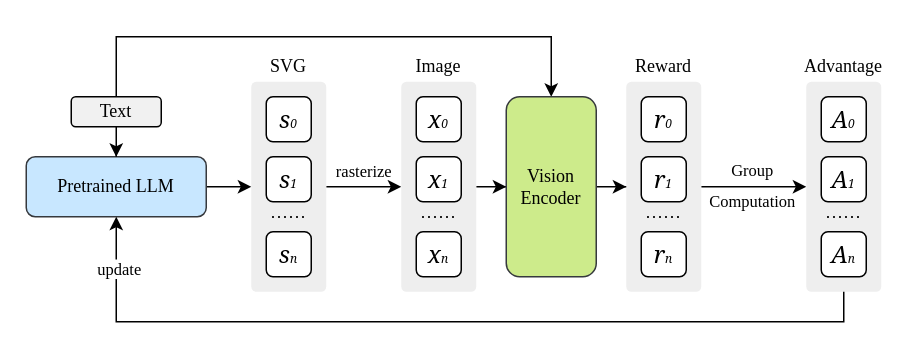
Above: method.drawio in Sphere-AI-Lab/SGP-Gen-drawio-assets (draw.io), before the change. Source tidied: cells renumbered, new cells numbered last; positions are measured from the earlier drawing's top-left corner, leaving out a move shared by most shapes. Both pictures are drawn from the tidied source at 150%, with x=0, y=0 at pixel (26, 36).
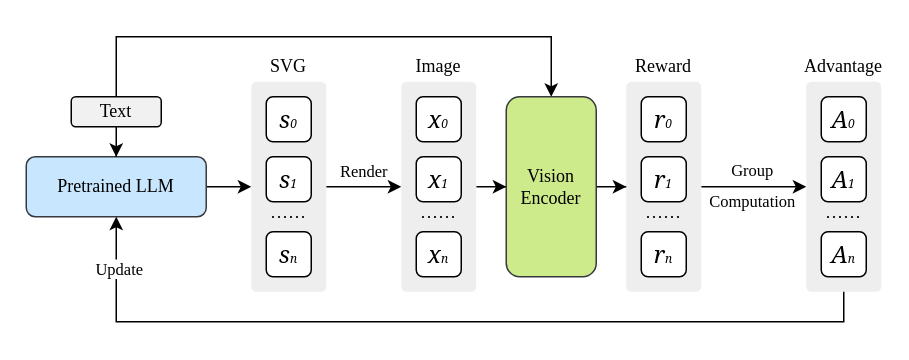
After the change.

Unchanged cells that the change refers to:
```xml
<mxCell id="2" style="edgeStyle=orthogonalEdgeStyle;rounded=0;jettySize=auto;html=1;entryX=0;entryY=0.5;entryDx=0;entryDy=0;" parent="1" edge="1" source="4" target="6">
  <mxGeometry relative="1" as="geometry" />
</mxCell>
<mxCell id="30" style="edgeStyle=orthogonalEdgeStyle;rounded=0;jettySize=auto;html=1;entryX=0.5;entryY=1;entryDx=0;entryDy=0;exitX=0.5;exitY=1;exitDx=0;exitDy=0;" parent="1" edge="1" source="10" target="12">
  <mxGeometry relative="1" as="geometry">
    <Array as="points">
      <mxPoint x="545" y="190" />
      <mxPoint x="60" y="190" />
    </Array>
  </mxGeometry>
</mxCell>
```

Change to the diagram source:
```diff
@@
-    <mxCell id="3" value="&lt;p class=&quot;p1&quot; style=&quot;margin: 0px; font-stretch: normal; line-height: normal; font-size-adjust: none; font-kerning: auto; font-variant-alternates: normal; font-variant-ligatures: normal; font-variant-numeric: normal; font-variant-east-asian: normal; font-variant-position: normal; font-feature-settings: normal; font-optical-sizing: auto; font-variation-settings: normal; text-align: start; white-space: normal;&quot;&gt;&lt;font&gt;rasterize&lt;/font&gt;&lt;/p&gt;" style="edgeLabel;html=1;align=center;verticalAlign=middle;fontFamily=Times New Roman;" parent="2" vertex="1">
+    <mxCell id="3" value="&lt;p class=&quot;p1&quot; style=&quot;margin: 0px; font-stretch: normal; line-height: normal; font-size-adjust: none; font-kerning: auto; font-variant-alternates: normal; font-variant-ligatures: normal; font-variant-numeric: normal; font-variant-east-asian: normal; font-variant-position: normal; font-feature-settings: normal; font-optical-sizing: auto; font-variation-settings: normal; text-align: start; white-space: normal;&quot;&gt;Render&lt;/p&gt;" style="edgeLabel;html=1;align=center;verticalAlign=middle;fontFamily=Times New Roman;" parent="2" vertex="1">
       <mxGeometry x="-0.05" relative="1" as="geometry">
         <mxPoint y="-12" as="offset" />
       </mxGeometry>
     </mxCell>
@@
-    <mxCell id="31" value="update" style="edgeLabel;html=1;align=center;verticalAlign=middle;fontFamily=Times New Roman;" parent="30" vertex="1">
+    <mxCell id="31" value="Update" style="edgeLabel;html=1;align=center;verticalAlign=middle;fontFamily=Times New Roman;" parent="30" vertex="1">
       <mxGeometry x="0.88" y="-1" relative="1" as="geometry" />
     </mxCell>
```
